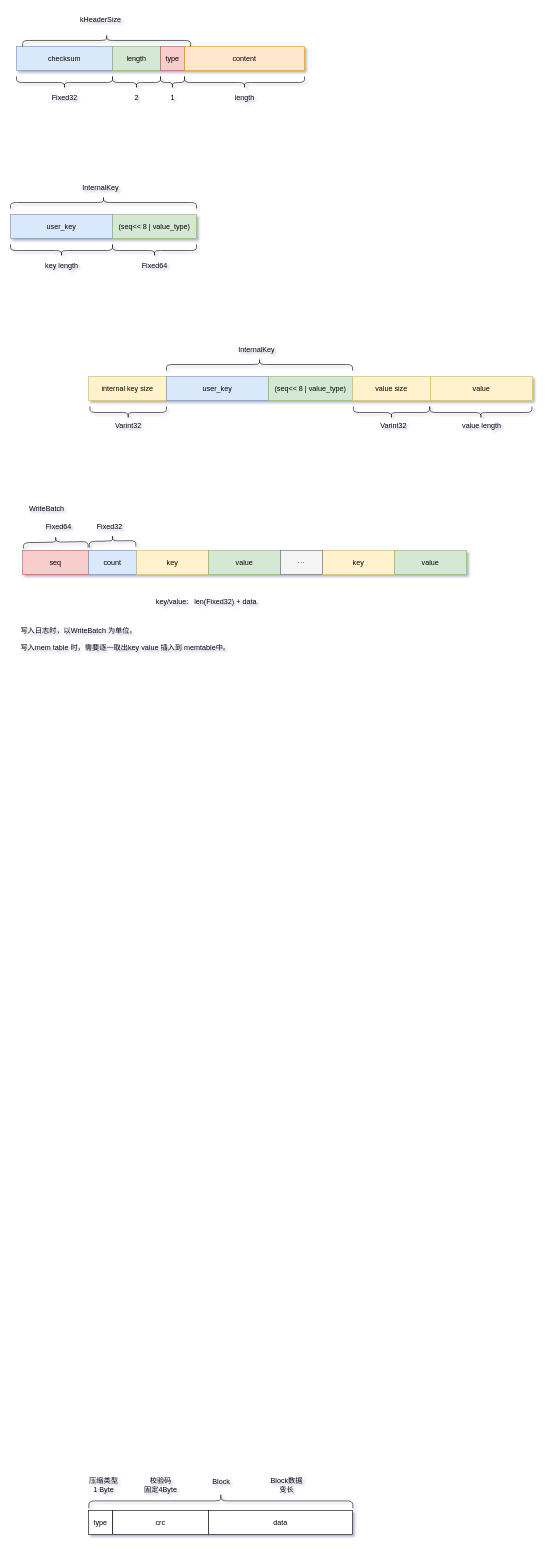
liutimo/images_bed keeps this draw.io diagram as page "leveldb -- 数据结构" (2 of 7) of leveldb.drawio. Above is the earlier version. Source tidied: cells renumbered, new cells numbered last; positions are measured from the earlier drawing's top-left corner, leaving out a move shared by most shapes. Both pictures are drawn from the tidied source at 60%, with x=0, y=0 at pixel (10, -44).
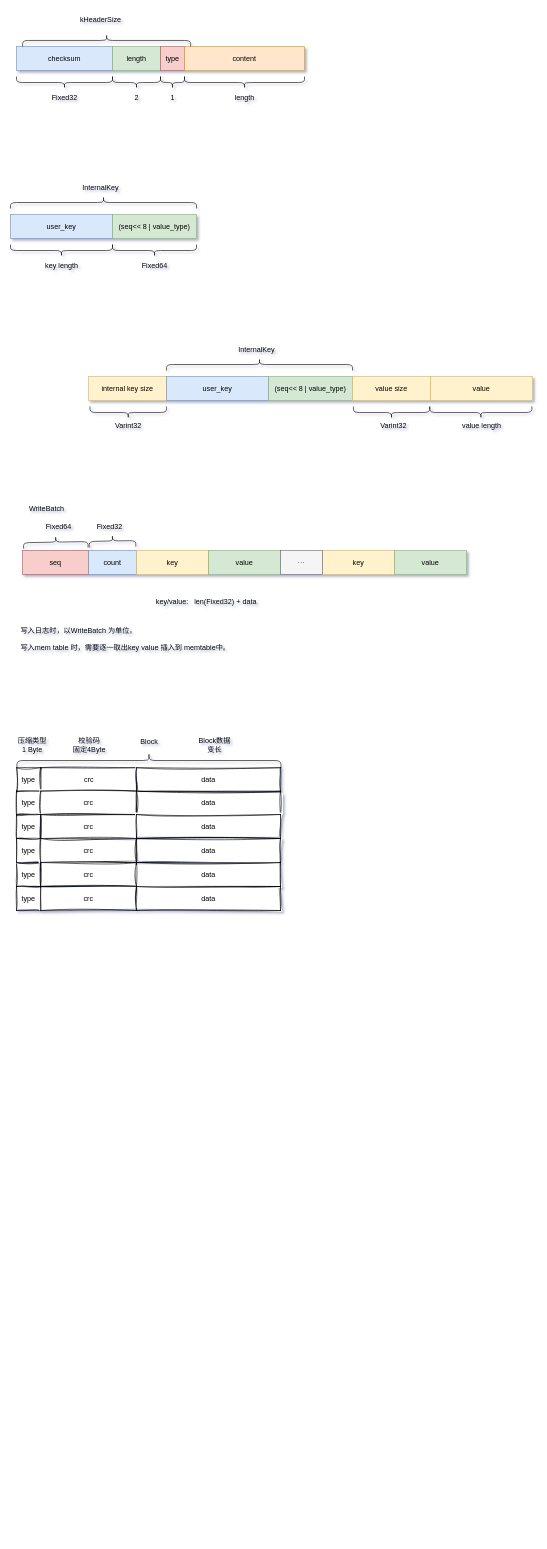
Above is the later version.

Change to the diagram source:
```diff
@@
-    <mxCell id="51" value="type" style="rounded=0;whiteSpace=wrap;html=1;" parent="1" vertex="1">
-      <mxGeometry x="130" y="2590" width="40" height="40" as="geometry" />
-    </mxCell>
-    <mxCell id="52" value="crc" style="rounded=0;whiteSpace=wrap;html=1;" parent="1" vertex="1">
-      <mxGeometry x="170.4" y="2590" width="159.6" height="40" as="geometry" />
-    </mxCell>
     <mxCell id="53" value="压缩类型&lt;div&gt;1 Byte&lt;/div&gt;" style="text;html=1;align=center;verticalAlign=middle;strokeColor=none;fillColor=none;" parent="1" vertex="1">
-      <mxGeometry x="120.3" y="2528" width="70" height="40" as="geometry" />
+      <mxGeometry x="0.5" y="1294" width="70" height="40" as="geometry" />
     </mxCell>
-    <mxCell id="54" value="data" style="rounded=0;whiteSpace=wrap;html=1;" parent="1" vertex="1">
-      <mxGeometry x="330" y="2590" width="240" height="40" as="geometry" />
-    </mxCell>
     <mxCell id="55" value="校验码&lt;div&gt;固定4Byte&lt;/div&gt;" style="text;html=1;align=center;verticalAlign=middle;strokeColor=none;fillColor=none;" parent="1" vertex="1">
-      <mxGeometry x="210.2" y="2528" width="80" height="40" as="geometry" />
+      <mxGeometry x="90.5" y="1294" width="80" height="40" as="geometry" />
     </mxCell>
     <mxCell id="56" value="Block数据&lt;div&gt;变长&lt;/div&gt;" style="text;html=1;align=center;verticalAlign=middle;strokeColor=none;fillColor=none;" parent="1" vertex="1">
-      <mxGeometry x="420" y="2528" width="80" height="40" as="geometry" />
+      <mxGeometry x="300.3" y="1294" width="80" height="40" as="geometry" />
     </mxCell>
     <mxCell id="57" style="shape=curlyBracket;whiteSpace=wrap;html=1;rounded=1;labelPosition=left;verticalLabelPosition=middle;align=right;verticalAlign=middle;rotation=90;" parent="1" vertex="1">
-      <mxGeometry x="338" y="2354" width="25" height="440" as="geometry" />
+      <mxGeometry x="218.3" y="1120" width="25" height="440" as="geometry" />
     </mxCell>
     <mxCell id="58" value="Block" style="text;html=1;align=center;verticalAlign=middle;strokeColor=none;fillColor=none;" parent="1" vertex="1">
-      <mxGeometry x="325.5" y="2528" width="50" height="30" as="geometry" />
+      <mxGeometry x="205.8" y="1294" width="50" height="30" as="geometry" />
     </mxCell>
+    <mxCell id="59" style="group;sketch=1;curveFitting=1;jiggle=2;" parent="1" vertex="1">
+      <mxGeometry x="10.3" y="1352" width="440" height="40" as="geometry" />
+    </mxCell>
+    <mxCell id="51" value="type" style="rounded=0;whiteSpace=wrap;html=1;sketch=1;curveFitting=1;jiggle=2;" parent="59" vertex="1">
+      <mxGeometry width="40" height="40" as="geometry" />
+    </mxCell>
+    <mxCell id="52" value="crc" style="rounded=0;whiteSpace=wrap;html=1;sketch=1;curveFitting=1;jiggle=2;" parent="59" vertex="1">
+      <mxGeometry x="40.4" width="159.6" height="40" as="geometry" />
+    </mxCell>
+    <mxCell id="54" value="data" style="rounded=0;whiteSpace=wrap;html=1;sketch=1;curveFitting=1;jiggle=2;" parent="59" vertex="1">
+      <mxGeometry x="200" width="240" height="40" as="geometry" />
+    </mxCell>
+    <mxCell id="60" style="group;sketch=1;curveFitting=1;jiggle=2;" parent="1" vertex="1">
+      <mxGeometry x="10" y="1391" width="440" height="40" as="geometry" />
+    </mxCell>
+    <mxCell id="61" value="type" style="rounded=0;whiteSpace=wrap;html=1;sketch=1;curveFitting=1;jiggle=2;" parent="60" vertex="1">
+      <mxGeometry width="40" height="40" as="geometry" />
+    </mxCell>
+    <mxCell id="62" value="crc" style="rounded=0;whiteSpace=wrap;html=1;sketch=1;curveFitting=1;jiggle=2;" parent="60" vertex="1">
+      <mxGeometry x="40.4" width="159.6" height="40" as="geometry" />
+    </mxCell>
+    <mxCell id="63" value="data" style="rounded=0;whiteSpace=wrap;html=1;sketch=1;curveFitting=1;jiggle=2;" parent="60" vertex="1">
+      <mxGeometry x="200" width="240" height="40" as="geometry" />
+    </mxCell>
+    <mxCell id="64" style="group;sketch=1;curveFitting=1;jiggle=2;" parent="1" vertex="1">
+      <mxGeometry x="10" y="1510" width="440" height="40" as="geometry" />
+    </mxCell>
+    <mxCell id="65" value="type" style="rounded=0;whiteSpace=wrap;html=1;sketch=1;curveFitting=1;jiggle=2;" parent="64" vertex="1">
+      <mxGeometry width="40" height="40" as="geometry" />
+    </mxCell>
+    <mxCell id="66" value="crc" style="rounded=0;whiteSpace=wrap;html=1;sketch=1;curveFitting=1;jiggle=2;" parent="64" vertex="1">
+      <mxGeometry x="40.4" width="159.6" height="40" as="geometry" />
+    </mxCell>
+    <mxCell id="67" value="data" style="rounded=0;whiteSpace=wrap;html=1;sketch=1;curveFitting=1;jiggle=2;" parent="64" vertex="1">
+      <mxGeometry x="200" width="240" height="40" as="geometry" />
+    </mxCell>
+    <mxCell id="68" style="group;sketch=1;curveFitting=1;jiggle=2;" parent="1" vertex="1">
+      <mxGeometry x="10" y="1470" width="440" height="40" as="geometry" />
+    </mxCell>
+    <mxCell id="69" value="type" style="rounded=0;whiteSpace=wrap;html=1;sketch=1;curveFitting=1;jiggle=2;" parent="68" vertex="1">
+      <mxGeometry width="40" height="40" as="geometry" />
+    </mxCell>
+    <mxCell id="70" value="crc" style="rounded=0;whiteSpace=wrap;html=1;sketch=1;curveFitting=1;jiggle=2;" parent="68" vertex="1">
+      <mxGeometry x="40.4" width="159.6" height="40" as="geometry" />
+    </mxCell>
+    <mxCell id="71" value="data" style="rounded=0;whiteSpace=wrap;html=1;sketch=1;curveFitting=1;jiggle=2;" parent="68" vertex="1">
+      <mxGeometry x="200" width="240" height="40" as="geometry" />
+    </mxCell>
+    <mxCell id="72" style="group;sketch=1;curveFitting=1;jiggle=2;" parent="1" vertex="1">
+      <mxGeometry x="10" y="1430" width="440" height="40" as="geometry" />
+    </mxCell>
+    <mxCell id="73" value="type" style="rounded=0;whiteSpace=wrap;html=1;sketch=1;curveFitting=1;jiggle=2;" parent="72" vertex="1">
+      <mxGeometry width="40" height="40" as="geometry" />
+    </mxCell>
+    <mxCell id="74" value="crc" style="rounded=0;whiteSpace=wrap;html=1;sketch=1;curveFitting=1;jiggle=2;" parent="72" vertex="1">
+      <mxGeometry x="40.4" width="159.6" height="40" as="geometry" />
+    </mxCell>
+    <mxCell id="75" value="data" style="rounded=0;whiteSpace=wrap;html=1;sketch=1;curveFitting=1;jiggle=2;" parent="72" vertex="1">
+      <mxGeometry x="200" width="240" height="40" as="geometry" />
+    </mxCell>
+    <mxCell id="76" style="group;sketch=1;curveFitting=1;jiggle=2;" parent="1" vertex="1">
+      <mxGeometry x="10" y="1550" width="440" height="40" as="geometry" />
+    </mxCell>
+    <mxCell id="77" value="type" style="rounded=0;whiteSpace=wrap;html=1;sketch=1;curveFitting=1;jiggle=2;" parent="76" vertex="1">
+      <mxGeometry width="40" height="40" as="geometry" />
+    </mxCell>
+    <mxCell id="78" value="crc" style="rounded=0;whiteSpace=wrap;html=1;sketch=1;curveFitting=1;jiggle=2;" parent="76" vertex="1">
+      <mxGeometry x="40.4" width="159.6" height="40" as="geometry" />
+    </mxCell>
+    <mxCell id="79" value="data" style="rounded=0;whiteSpace=wrap;html=1;sketch=1;curveFitting=1;jiggle=2;" parent="76" vertex="1">
+      <mxGeometry x="200" width="240" height="40" as="geometry" />
+    </mxCell>
```
